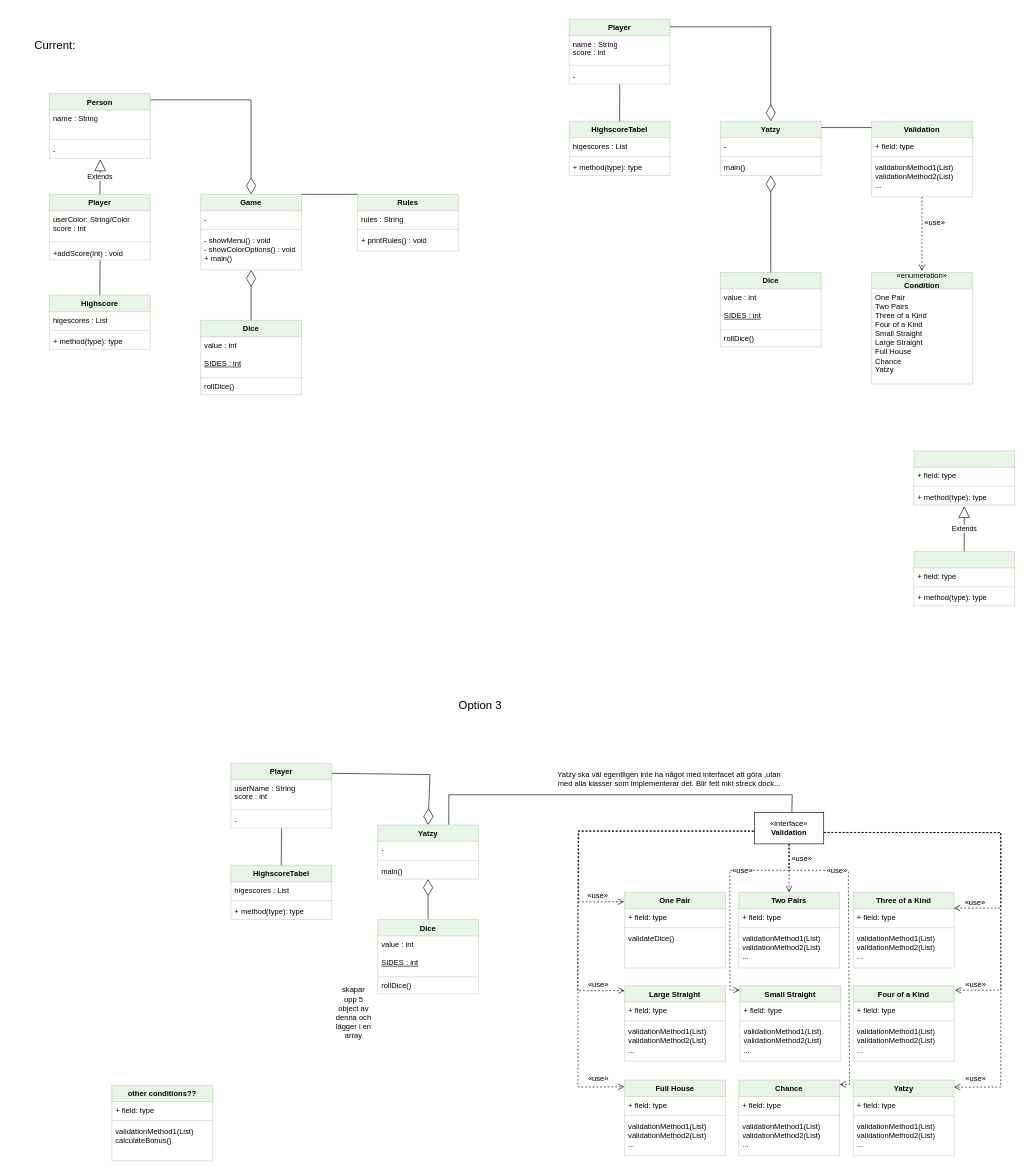
JoakimSkappegard/Diagram keeps this draw.io diagram as Yatzy_grupp_8.drawio. Above is the earlier version. Source tidied: cells renumbered, new cells numbered last; positions are measured from the earlier drawing's top-left corner, leaving out a move shared by most shapes. Both pictures are drawn from the tidied source at 63%, with x=0, y=0 at pixel (26, 19).
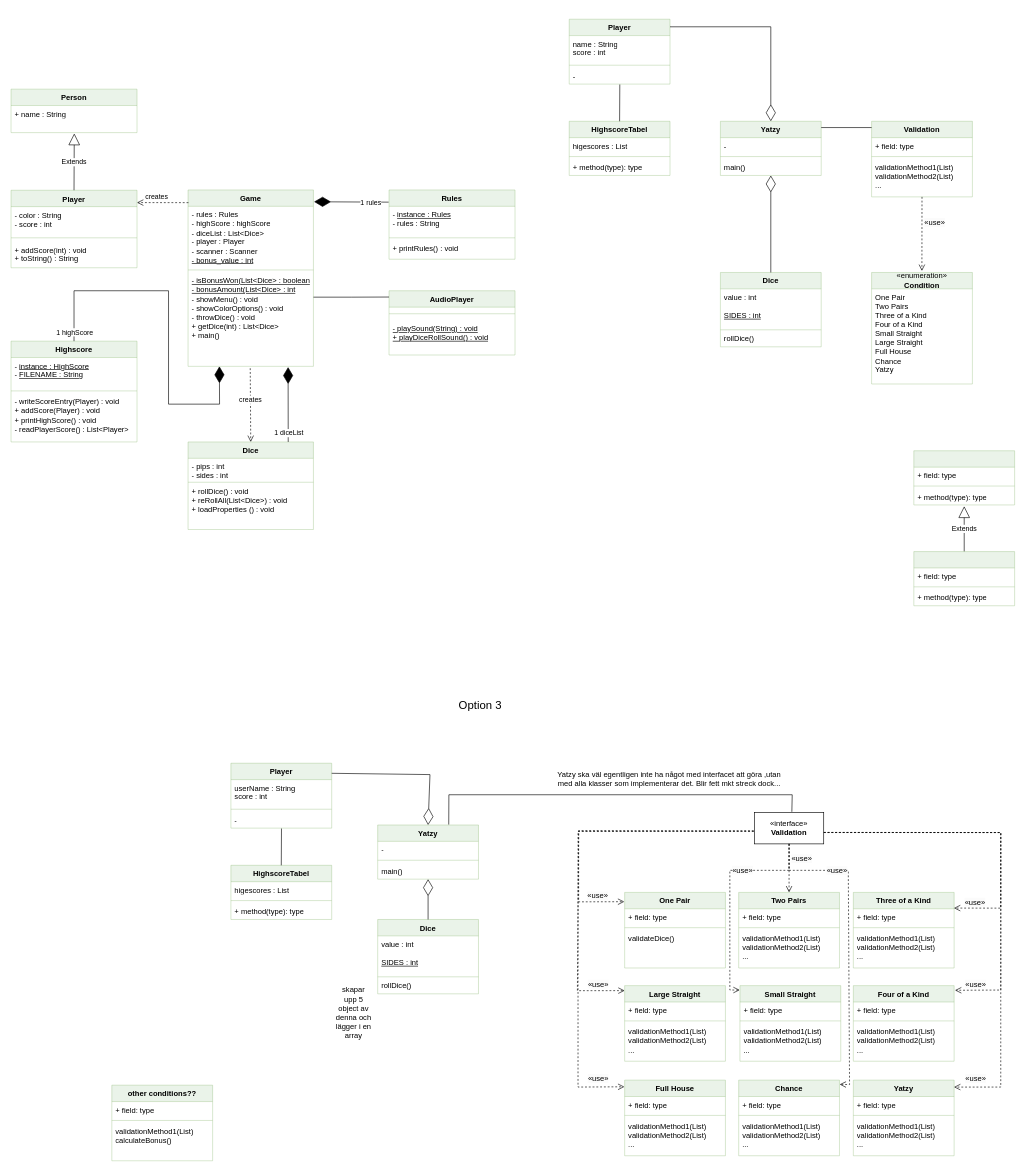
After the change.

What changed in the source:
```diff
@@
     <mxCell id="38" value="Dice" style="swimlane;fontStyle=1;align=center;verticalAlign=top;horizontal=1;startSize=26;whiteSpace=wrap;html=1;fillColor=#d5e8d4;strokeColor=#82b366;opacity=50;" parent="1" vertex="1">
-      <mxGeometry x="276" y="478" width="160" height="118" as="geometry" />
+      <mxGeometry x="256" y="671" width="199" height="139" as="geometry" />
     </mxCell>
-    <mxCell id="39" value="value : int&lt;div&gt;&lt;br&gt;&lt;/div&gt;&lt;div&gt;&lt;u&gt;SIDES : int&lt;/u&gt;&lt;/div&gt;" style="text;strokeColor=none;fillColor=none;align=left;verticalAlign=top;spacingLeft=4;spacingRight=4;overflow=hidden;whiteSpace=wrap;html=1;" parent="38" vertex="1">
-      <mxGeometry y="26" width="160" height="64" as="geometry" />
+    <mxCell id="39" value="- pips : int&amp;nbsp;&lt;div&gt;- sides : int&lt;/div&gt;" style="text;strokeColor=none;fillColor=none;align=left;verticalAlign=top;spacingLeft=4;spacingRight=4;overflow=hidden;whiteSpace=wrap;html=1;" parent="38" vertex="1">
+      <mxGeometry y="26" width="199" height="37" as="geometry" />
     </mxCell>
     <mxCell id="40" style="line;strokeWidth=1;fillColor=none;align=left;verticalAlign=middle;spacingTop=-1;spacingLeft=3;spacingRight=3;labelPosition=right;strokeColor=inherit;opacity=50;" parent="38" vertex="1">
-      <mxGeometry y="90" width="160" height="2" as="geometry" />
+      <mxGeometry y="63" width="199" height="2" as="geometry" />
     </mxCell>
-    <mxCell id="41" value="rollDice()" style="text;strokeColor=none;fillColor=none;align=left;verticalAlign=top;spacingLeft=4;spacingRight=4;overflow=hidden;whiteSpace=wrap;html=1;" parent="38" vertex="1">
-      <mxGeometry y="92" width="160" height="26" as="geometry" />
+    <mxCell id="41" value="+ rollDice() : void&lt;div&gt;+ reRollAll(List&amp;lt;Dice&amp;gt;) : void&lt;/div&gt;&lt;div&gt;+ loadProperties () : void&lt;/div&gt;" style="text;strokeColor=none;fillColor=none;align=left;verticalAlign=top;spacingLeft=4;spacingRight=4;overflow=hidden;whiteSpace=wrap;html=1;" parent="38" vertex="1">
+      <mxGeometry y="65" width="199" height="74" as="geometry" />
     </mxCell>
     <mxCell id="42" value="Player" style="swimlane;fontStyle=1;align=center;verticalAlign=top;horizontal=1;startSize=26;whiteSpace=wrap;html=1;fillColor=#d5e8d4;strokeColor=#82b366;opacity=50;" parent="1" vertex="1">
-      <mxGeometry x="36" y="278" width="160" height="104" as="geometry" />
+      <mxGeometry x="-25" y="271.5" width="200" height="123" as="geometry" />
     </mxCell>
-    <mxCell id="43" value="&lt;div&gt;&lt;span style=&quot;background-color: initial;&quot;&gt;userColor: String/Color&lt;/span&gt;&lt;/div&gt;&lt;div&gt;score : int&lt;/div&gt;" style="text;strokeColor=none;fillColor=none;align=left;verticalAlign=top;spacingLeft=4;spacingRight=4;overflow=hidden;whiteSpace=wrap;html=1;" parent="42" vertex="1">
-      <mxGeometry y="26" width="160" height="44" as="geometry" />
+    <mxCell id="43" value="&lt;div&gt;&lt;span style=&quot;background-color: initial;&quot;&gt;- color : String&lt;/span&gt;&lt;/div&gt;&lt;div&gt;&lt;span style=&quot;background-color: initial;&quot;&gt;- score : int&lt;/span&gt;&lt;/div&gt;" style="text;strokeColor=none;fillColor=none;align=left;verticalAlign=top;spacingLeft=4;spacingRight=4;overflow=hidden;whiteSpace=wrap;html=1;" parent="42" vertex="1">
+      <mxGeometry y="26" width="200" height="44" as="geometry" />
     </mxCell>
     <mxCell id="44" style="line;strokeWidth=1;fillColor=none;align=left;verticalAlign=middle;spacingTop=-1;spacingLeft=3;spacingRight=3;labelPosition=right;strokeColor=inherit;opacity=50;" parent="42" vertex="1">
-      <mxGeometry y="70" width="160" height="11" as="geometry" />
+      <mxGeometry y="70" width="200" height="11" as="geometry" />
     </mxCell>
-    <mxCell id="45" value="+addScore(int) : void" style="text;strokeColor=none;fillColor=none;align=left;verticalAlign=top;spacingLeft=4;spacingRight=4;overflow=hidden;points=[[0,0.5],[1,0.5]];portConstraint=eastwest;whiteSpace=wrap;html=1;" parent="42" vertex="1">
-      <mxGeometry y="81" width="160" height="23" as="geometry" />
+    <mxCell id="45" value="+ addScore(int) : void&lt;div&gt;+ toString() : String&lt;/div&gt;" style="text;strokeColor=none;fillColor=none;align=left;verticalAlign=top;spacingLeft=4;spacingRight=4;overflow=hidden;points=[[0,0.5],[1,0.5]];portConstraint=eastwest;whiteSpace=wrap;html=1;" parent="42" vertex="1">
+      <mxGeometry y="81" width="200" height="42" as="geometry" />
     </mxCell>
     <mxCell id="46" value="Highscore" style="swimlane;fontStyle=1;align=center;verticalAlign=top;horizontal=1;startSize=26;whiteSpace=wrap;html=1;fillColor=#d5e8d4;strokeColor=#82b366;opacity=50;" parent="1" vertex="1">
-      <mxGeometry x="36" y="438" width="160" height="86" as="geometry" />
+      <mxGeometry x="-25" y="511" width="200" height="160" as="geometry" />
     </mxCell>
-    <mxCell id="47" value="higescores : List" style="text;strokeColor=none;fillColor=none;align=left;verticalAlign=top;spacingLeft=4;spacingRight=4;overflow=hidden;whiteSpace=wrap;html=1;" parent="46" vertex="1">
-      <mxGeometry y="26" width="160" height="26" as="geometry" />
+    <mxCell id="47" value="- &lt;u&gt;instance : HighScore&lt;/u&gt;&amp;nbsp;&lt;div&gt;- &lt;u&gt;FILENAME : String&lt;/u&gt;&lt;/div&gt;" style="text;strokeColor=none;fillColor=none;align=left;verticalAlign=top;spacingLeft=4;spacingRight=4;overflow=hidden;whiteSpace=wrap;html=1;" parent="46" vertex="1">
+      <mxGeometry y="26" width="200" height="49" as="geometry" />
     </mxCell>
     <mxCell id="48" style="line;strokeWidth=1;fillColor=none;align=left;verticalAlign=middle;spacingTop=-1;spacingLeft=3;spacingRight=3;labelPosition=right;strokeColor=inherit;opacity=50;" parent="46" vertex="1">
-      <mxGeometry y="52" width="160" height="8" as="geometry" />
+      <mxGeometry y="75" width="200" height="8" as="geometry" />
     </mxCell>
-    <mxCell id="49" value="+ method(type): type" style="text;strokeColor=none;fillColor=none;align=left;verticalAlign=top;spacingLeft=4;spacingRight=4;overflow=hidden;whiteSpace=wrap;html=1;" parent="46" vertex="1">
-      <mxGeometry y="60" width="160" height="26" as="geometry" />
+    <mxCell id="49" value="- writeScoreEntry(Player) : void&lt;div&gt;+ addScore(Player) : void&lt;/div&gt;&lt;div&gt;+ printHighScore() : void&lt;/div&gt;&lt;div&gt;- readPlayerScore() : List&amp;lt;Player&amp;gt;&lt;/div&gt;" style="text;strokeColor=none;fillColor=none;align=left;verticalAlign=top;spacingLeft=4;spacingRight=4;overflow=hidden;whiteSpace=wrap;html=1;" parent="46" vertex="1">
+      <mxGeometry y="83" width="200" height="77" as="geometry" />
     </mxCell>
     <mxCell id="50" value="Game" style="swimlane;fontStyle=1;align=center;verticalAlign=top;horizontal=1;startSize=26;whiteSpace=wrap;html=1;fillColor=#d5e8d4;strokeColor=#82b366;opacity=50;" parent="1" vertex="1">
-      <mxGeometry x="276" y="278" width="160" height="120" as="geometry" />
+      <mxGeometry x="256" y="271" width="199" height="280" as="geometry" />
     </mxCell>
-    <mxCell id="51" value="-" style="text;strokeColor=none;fillColor=none;align=left;verticalAlign=top;spacingLeft=4;spacingRight=4;overflow=hidden;whiteSpace=wrap;html=1;opacity=50;" parent="50" vertex="1">
-      <mxGeometry y="26" width="160" height="26" as="geometry" />
+    <mxCell id="51" value="- rules : Rules&lt;div&gt;- highScore : highScore&lt;/div&gt;&lt;div&gt;- diceList : List&amp;lt;Dice&amp;gt;&lt;/div&gt;&lt;div&gt;- player : Player&lt;/div&gt;&lt;div&gt;&lt;span style=&quot;background-color: initial;&quot;&gt;- scanner : Scanner&lt;/span&gt;&lt;/div&gt;&lt;div&gt;&lt;div&gt;&lt;u&gt;- bonus_value : int&lt;/u&gt;&lt;/div&gt;&lt;/div&gt;" style="text;strokeColor=none;fillColor=none;align=left;verticalAlign=top;spacingLeft=4;spacingRight=4;overflow=hidden;whiteSpace=wrap;html=1;opacity=50;" parent="50" vertex="1">
+      <mxGeometry y="26" width="199" height="97" as="geometry" />
     </mxCell>
     <mxCell id="52" style="line;strokeWidth=1;fillColor=none;align=left;verticalAlign=middle;spacingTop=-1;spacingLeft=3;spacingRight=3;labelPosition=right;strokeColor=inherit;opacity=50;" parent="50" vertex="1">
-      <mxGeometry y="52" width="160" height="8" as="geometry" />
+      <mxGeometry y="123" width="199" height="8" as="geometry" />
     </mxCell>
-    <mxCell id="53" value="&lt;div&gt;- showMenu() : void&lt;/div&gt;&lt;div&gt;- showColorOptions() : void&lt;/div&gt;+ main()" style="text;strokeColor=none;fillColor=none;align=left;verticalAlign=top;spacingLeft=4;spacingRight=4;overflow=hidden;points=[[0,0.5],[1,0.5]];portConstraint=eastwest;whiteSpace=wrap;html=1;" parent="50" vertex="1">
-      <mxGeometry y="60" width="160" height="60" as="geometry" />
+    <mxCell id="53" value="&lt;div&gt;&lt;div&gt;&lt;u&gt;- isBonusWon(List&amp;lt;Dice&amp;gt; : boolean&lt;/u&gt;&lt;/div&gt;&lt;div&gt;&lt;u&gt;- bonusAmount(List&amp;lt;Dice&amp;gt; : int&lt;/u&gt;&lt;/div&gt;&lt;/div&gt;&lt;div&gt;- showMenu() : void&lt;/div&gt;&lt;div&gt;- showColorOptions() : void&lt;/div&gt;&lt;div&gt;&lt;span style=&quot;background-color: initial;&quot;&gt;- throwDice() : void&lt;/span&gt;&lt;/div&gt;&lt;div&gt;&lt;div&gt;+ getDice(int) : List&amp;lt;Dice&amp;gt;&lt;/div&gt;&lt;/div&gt;+ main()" style="text;strokeColor=none;fillColor=none;align=left;verticalAlign=top;spacingLeft=4;spacingRight=4;overflow=hidden;points=[[0,0.5],[1,0.5]];portConstraint=eastwest;whiteSpace=wrap;html=1;" parent="50" vertex="1">
+      <mxGeometry y="131" width="199" height="149" as="geometry" />
     </mxCell>
-    <mxCell id="54" style="endArrow=none;html=1;rounded=0;exitX=0.5;exitY=0;exitDx=0;exitDy=0;entryX=0.502;entryY=1.025;entryDx=0;entryDy=0;entryPerimeter=0;" parent="1" edge="1" source="46" target="45">
-      <mxGeometry relative="1" as="geometry" />
-    </mxCell>
-    <mxCell id="55" style="endArrow=diamondThin;endFill=0;endSize=24;html=1;rounded=0;entryX=0.5;entryY=1;entryDx=0;entryDy=0;exitX=0.5;exitY=0;exitDx=0;exitDy=0;" parent="1" edge="1" source="38" target="50">
-      <mxGeometry relative="1" as="geometry" />
-    </mxCell>
-    <mxCell id="56" style="endArrow=diamondThin;endFill=0;endSize=24;html=1;rounded=0;entryX=0.5;entryY=0;entryDx=0;entryDy=0;exitX=1;exitY=0.097;exitDx=0;exitDy=0;exitPerimeter=0;" parent="1" edge="1" source="57" target="50">
-      <mxGeometry relative="1" as="geometry">
-        <Array as="points">
-          <mxPoint x="356" y="128" />
-        </Array>
-      </mxGeometry>
-    </mxCell>
     <mxCell id="57" value="Person" style="swimlane;fontStyle=1;align=center;verticalAlign=top;horizontal=1;startSize=26;whiteSpace=wrap;html=1;fillColor=#d5e8d4;strokeColor=#82b366;opacity=50;" parent="1" vertex="1">
-      <mxGeometry x="36" y="118" width="160" height="103" as="geometry" />
+      <mxGeometry x="-25" y="111" width="200" height="69" as="geometry" />
     </mxCell>
-    <mxCell id="58" value="name : String" style="text;strokeColor=none;fillColor=none;align=left;verticalAlign=top;spacingLeft=4;spacingRight=4;overflow=hidden;points=[[0,0.5],[1,0.5]];portConstraint=eastwest;whiteSpace=wrap;html=1;" parent="57" vertex="1">
-      <mxGeometry y="26" width="160" height="43" as="geometry" />
+    <mxCell id="58" value="+ name : String" style="text;strokeColor=none;fillColor=none;align=left;verticalAlign=top;spacingLeft=4;spacingRight=4;overflow=hidden;points=[[0,0.5],[1,0.5]];portConstraint=eastwest;whiteSpace=wrap;html=1;" parent="57" vertex="1">
+      <mxGeometry y="26" width="200" height="43" as="geometry" />
     </mxCell>
-    <mxCell id="59" style="line;strokeWidth=1;fillColor=none;align=left;verticalAlign=middle;spacingTop=-1;spacingLeft=3;spacingRight=3;labelPosition=right;strokeColor=inherit;opacity=50;" parent="57" vertex="1">
-      <mxGeometry y="69" width="160" height="8" as="geometry" />
-    </mxCell>
-    <mxCell id="60" value="-" style="text;strokeColor=none;fillColor=none;align=left;verticalAlign=top;spacingLeft=4;spacingRight=4;overflow=hidden;points=[[0,0.5],[1,0.5]];portConstraint=eastwest;whiteSpace=wrap;html=1;" parent="57" vertex="1">
-      <mxGeometry y="77" width="160" height="26" as="geometry" />
-    </mxCell>
-    <mxCell id="61" value="Extends" style="endArrow=block;endSize=16;endFill=0;html=1;rounded=0;entryX=0.505;entryY=1.057;entryDx=0;entryDy=0;entryPerimeter=0;exitX=0.5;exitY=0;exitDx=0;exitDy=0;" parent="1" edge="1" source="42" target="60">
+    <mxCell id="61" value="Extends" style="endArrow=block;endSize=16;endFill=0;html=1;rounded=0;entryX=0.502;entryY=1.032;entryDx=0;entryDy=0;entryPerimeter=0;exitX=0.5;exitY=0;exitDx=0;exitDy=0;" parent="1" edge="1" source="42" target="58">
       <mxGeometry relative="1" as="geometry" />
     </mxCell>
@@
-    <mxCell id="123" value="Current:" style="text;html=1;align=center;verticalAlign=middle;whiteSpace=wrap;rounded=0;fontSize=18;" parent="1" vertex="1">
-      <mxGeometry y="26" width="90" height="30" as="geometry" />
-    </mxCell>
@@
     <mxCell id="136" value="Rules" style="swimlane;fontStyle=1;align=center;verticalAlign=top;horizontal=1;startSize=26;whiteSpace=wrap;html=1;fillColor=#d5e8d4;strokeColor=#82b366;opacity=50;" parent="1" vertex="1">
-      <mxGeometry x="525" y="278" width="160" height="90" as="geometry" />
+      <mxGeometry x="575" y="271" width="200" height="110" as="geometry" />
     </mxCell>
-    <mxCell id="137" value="rules : String" style="text;strokeColor=none;fillColor=none;align=left;verticalAlign=top;spacingLeft=4;spacingRight=4;overflow=hidden;whiteSpace=wrap;html=1;" parent="136" vertex="1">
-      <mxGeometry y="26" width="160" height="26" as="geometry" />
+    <mxCell id="137" value="- &lt;u&gt;instance : Rules&lt;/u&gt;&amp;nbsp;&lt;div&gt;- rules : String&lt;/div&gt;" style="text;strokeColor=none;fillColor=none;align=left;verticalAlign=top;spacingLeft=4;spacingRight=4;overflow=hidden;whiteSpace=wrap;html=1;" parent="136" vertex="1">
+      <mxGeometry y="26" width="200" height="46" as="geometry" />
     </mxCell>
     <mxCell id="138" style="line;strokeWidth=1;fillColor=none;align=left;verticalAlign=middle;spacingTop=-1;spacingLeft=3;spacingRight=3;labelPosition=right;strokeColor=inherit;opacity=50;" parent="136" vertex="1">
-      <mxGeometry y="52" width="160" height="8" as="geometry" />
+      <mxGeometry y="72" width="200" height="8" as="geometry" />
     </mxCell>
     <mxCell id="139" value="+ printRules() : void" style="text;strokeColor=none;fillColor=none;align=left;verticalAlign=top;spacingLeft=4;spacingRight=4;overflow=hidden;whiteSpace=wrap;html=1;" parent="136" vertex="1">
-      <mxGeometry y="60" width="160" height="30" as="geometry" />
+      <mxGeometry y="80" width="200" height="30" as="geometry" />
     </mxCell>
-    <mxCell id="140" style="endArrow=none;html=1;rounded=0;exitX=1;exitY=0;exitDx=0;exitDy=0;entryX=0;entryY=0;entryDx=0;entryDy=0;" parent="1" edge="1" source="50" target="136">
-      <mxGeometry relative="1" as="geometry" />
-    </mxCell>
+    <mxCell id="141" value="AudioPlayer" style="swimlane;fontStyle=1;align=center;verticalAlign=top;horizontal=1;startSize=26;whiteSpace=wrap;html=1;fillColor=#d5e8d4;strokeColor=#82b366;opacity=50;" parent="1" vertex="1">
+      <mxGeometry x="575" y="431" width="200" height="102" as="geometry" />
+    </mxCell>
+    <mxCell id="142" style="line;strokeWidth=1;fillColor=none;align=left;verticalAlign=middle;spacingTop=-1;spacingLeft=3;spacingRight=3;labelPosition=right;strokeColor=inherit;opacity=50;" parent="141" vertex="1">
+      <mxGeometry y="26" width="200" height="21" as="geometry" />
+    </mxCell>
+    <mxCell id="143" value="&lt;u&gt;- playSound(String) : void&lt;/u&gt;&lt;div&gt;&lt;u&gt;+ playDiceRollSound() : void&lt;/u&gt;&lt;/div&gt;" style="text;strokeColor=none;fillColor=none;align=left;verticalAlign=top;spacingLeft=4;spacingRight=4;overflow=hidden;whiteSpace=wrap;html=1;" parent="141" vertex="1">
+      <mxGeometry y="47" width="200" height="55" as="geometry" />
+    </mxCell>
+    <mxCell id="144" style="endArrow=diamondThin;endFill=1;endSize=24;html=1;rounded=0;exitX=0.5;exitY=0;exitDx=0;exitDy=0;entryX=0.25;entryY=1;entryDx=0;entryDy=0;" parent="1" edge="1" source="46" target="50">
+      <mxGeometry relative="1" as="geometry">
+        <Array as="points">
+          <mxPoint x="75" y="431" />
+          <mxPoint x="225" y="431" />
+          <mxPoint x="225" y="611" />
+          <mxPoint x="306" y="611" />
+        </Array>
+      </mxGeometry>
+    </mxCell>
+    <mxCell id="145" value="1 highScore" style="edgeLabel;html=1;align=center;verticalAlign=middle;" parent="144" vertex="1">
+      <mxGeometry x="-0.86" y="-2" relative="1" as="geometry">
+        <mxPoint x="-2" y="24" as="offset" />
+      </mxGeometry>
+    </mxCell>
+    <mxCell id="146" value="creates" style="html=1;verticalAlign=bottom;endArrow=open;dashed=1;endSize=8;curved=0;rounded=0;exitX=0.496;exitY=1.02;exitDx=0;exitDy=0;exitPerimeter=0;entryX=0.5;entryY=0;entryDx=0;entryDy=0;" parent="1" edge="1" source="53" target="38">
+      <mxGeometry relative="1" as="geometry" />
+    </mxCell>
+    <mxCell id="147" value="creates" style="html=1;verticalAlign=bottom;endArrow=open;dashed=1;endSize=8;curved=0;rounded=0;exitX=0.003;exitY=0.072;exitDx=0;exitDy=0;exitPerimeter=0;entryX=1;entryY=0.159;entryDx=0;entryDy=0;entryPerimeter=0;" parent="1" edge="1" source="50" target="42">
+      <mxGeometry x="0.26" relative="1" as="geometry" />
+    </mxCell>
+    <mxCell id="148" style="endArrow=diamondThin;endFill=1;endSize=24;html=1;rounded=0;entryX=0.798;entryY=1.008;entryDx=0;entryDy=0;entryPerimeter=0;exitX=0.799;exitY=0;exitDx=0;exitDy=0;exitPerimeter=0;" parent="1" edge="1" source="38" target="53">
+      <mxGeometry relative="1" as="geometry" />
+    </mxCell>
+    <mxCell id="149" value="1 diceList" style="edgeLabel;html=1;align=center;verticalAlign=middle;" parent="148" vertex="1">
+      <mxGeometry x="-0.76" y="-1" relative="1" as="geometry" />
+    </mxCell>
+    <mxCell id="150" style="endArrow=diamondThin;endFill=1;endSize=24;html=1;rounded=0;entryX=1.005;entryY=0.067;entryDx=0;entryDy=0;entryPerimeter=0;exitX=-0.003;exitY=0.176;exitDx=0;exitDy=0;exitPerimeter=0;" parent="1" edge="1" source="136" target="50">
+      <mxGeometry relative="1" as="geometry" />
+    </mxCell>
+    <mxCell id="151" value="1 rules" style="edgeLabel;html=1;align=center;verticalAlign=middle;" parent="150" vertex="1">
+      <mxGeometry x="-0.51" y="1" relative="1" as="geometry" />
+    </mxCell>
+    <mxCell id="152" style="endArrow=none;html=1;edgeStyle=orthogonalEdgeStyle;rounded=0;exitX=1;exitY=0.263;exitDx=0;exitDy=0;exitPerimeter=0;entryX=0;entryY=0.098;entryDx=0;entryDy=0;entryPerimeter=0;" parent="1" edge="1" source="53" target="141">
+      <mxGeometry relative="1" as="geometry" />
+    </mxCell>
```
